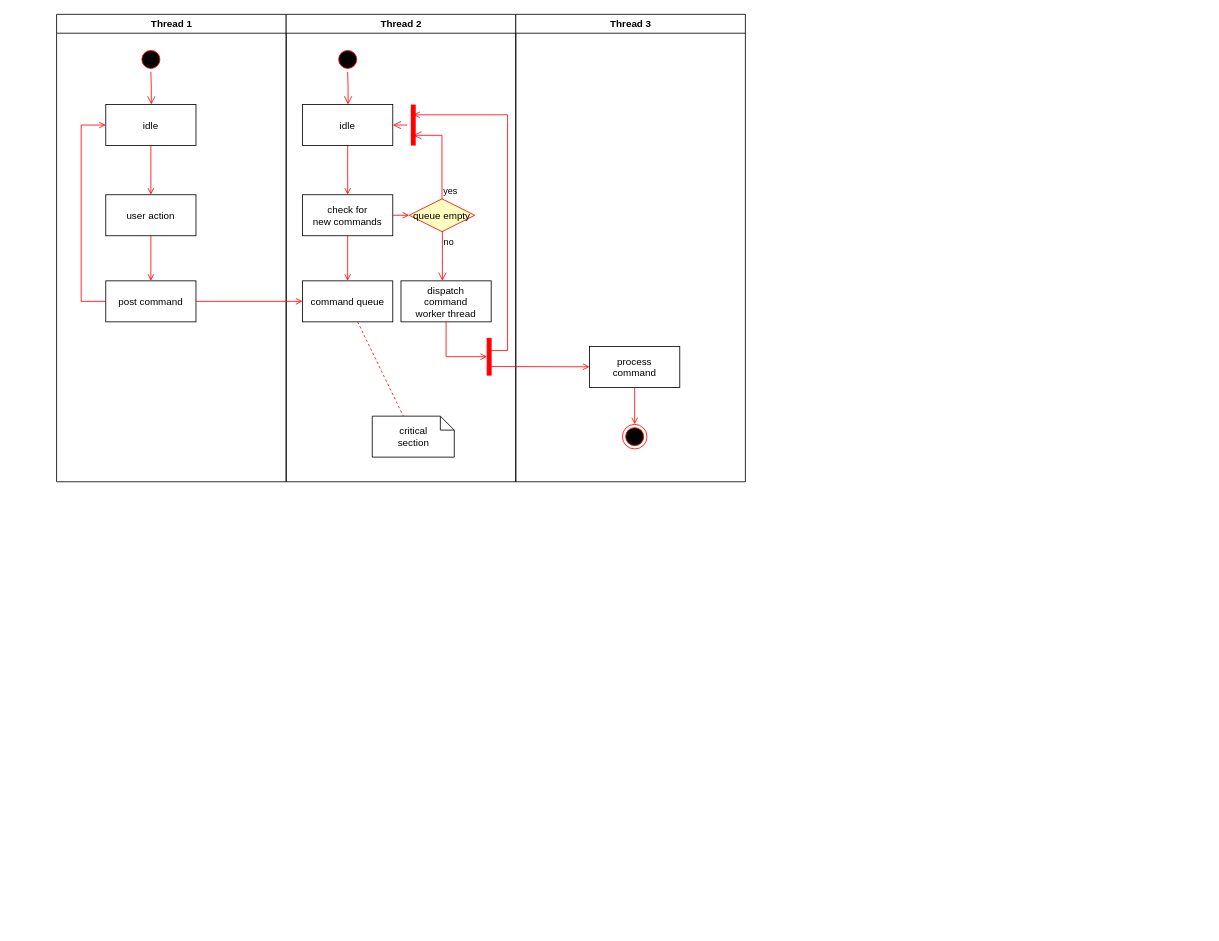
The draw.io diagram Supply chain hub activity diagram.drawio in mukulChandYadav/AgriculturalMarketplaceCrowdfunding, before the edit. Source tidied: cells renumbered, new cells numbered last; positions are measured from the earlier drawing's top-left corner, leaving out a move shared by most shapes. Both pictures are drawn from the tidied source at 82%, with x=0, y=0 at pixel (56, 14).
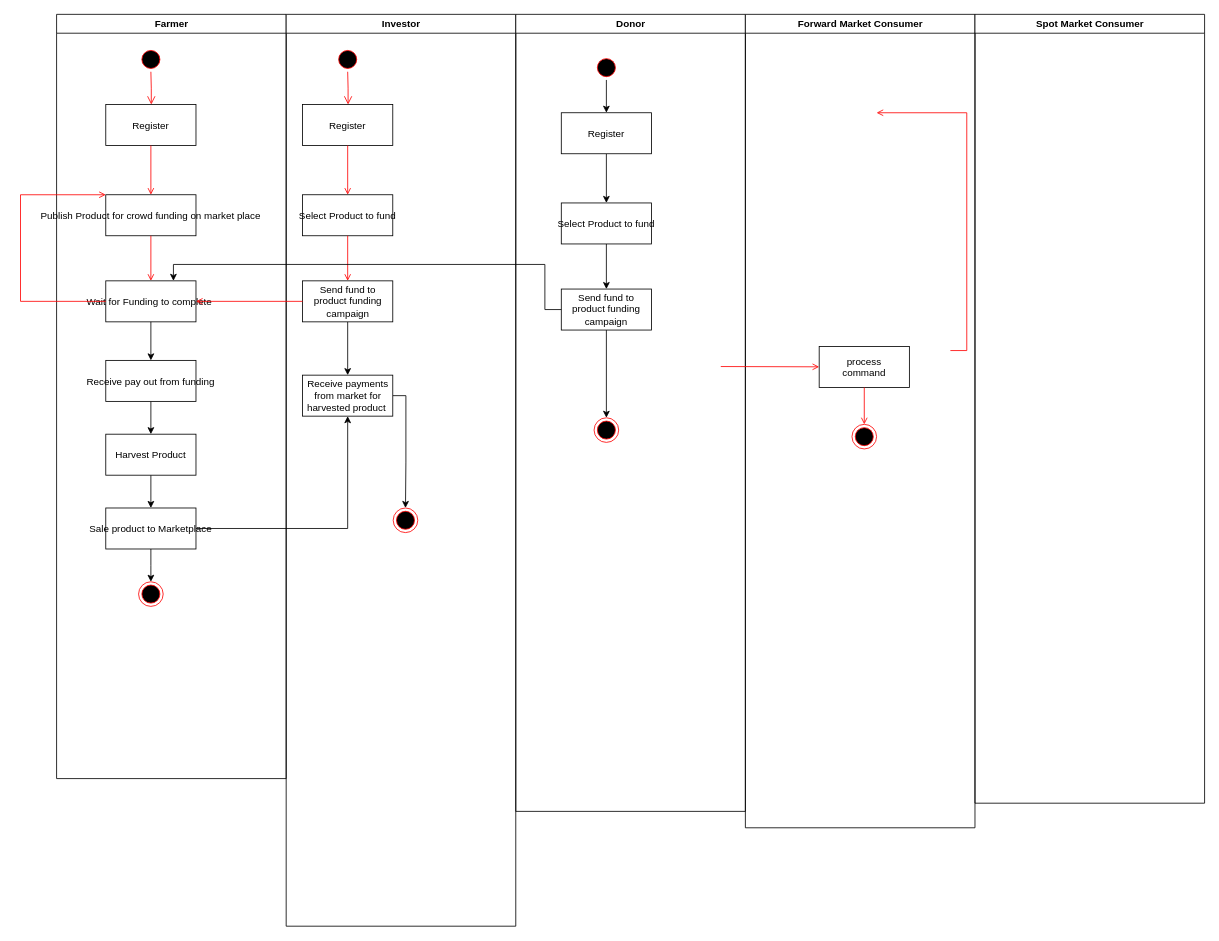
After the change.

What changed in the source:
```diff
@@
-    <mxCell id="2" value="Thread 1" style="swimlane;whiteSpace=wrap;" parent="1" vertex="1">
-      <mxGeometry x="0.5" width="280" height="570" as="geometry" />
+    <mxCell id="2" value="Farmer" style="swimlane;whiteSpace=wrap;" parent="1" vertex="1">
+      <mxGeometry x="0.5" width="280" height="932" as="geometry" />
     </mxCell>
@@
-    <mxCell id="5" value="idle" parent="2" vertex="1">
+    <mxCell id="5" value="Register" parent="2" vertex="1">
       <mxGeometry x="60" y="110" width="110" height="50" as="geometry" />
     </mxCell>
-    <mxCell id="6" value="user action" parent="2" vertex="1">
+    <mxCell id="6" value="Publish Product for crowd funding on market place" parent="2" vertex="1">
       <mxGeometry x="60" y="220" width="110" height="50" as="geometry" />
     </mxCell>
@@
+    <mxCell id="37" style="edgeStyle=orthogonalEdgeStyle;rounded=0;jettySize=auto;html=1;entryX=0.5;entryY=0;entryDx=0;entryDy=0;" parent="2" edge="1" source="42" target="39">
+      <mxGeometry relative="1" as="geometry" />
+    </mxCell>
-    <mxCell id="8" value="post command" parent="2" vertex="1">
+    <mxCell id="8" value="Wait for Funding to complete " parent="2" vertex="1">
       <mxGeometry x="60" y="325" width="110" height="50" as="geometry" />
     </mxCell>
@@
-    <mxCell id="10" style="edgeStyle=elbowEdgeStyle;elbow=horizontal;strokeColor=#FF0000;endArrow=open;endFill=1;rounded=0;" parent="2" edge="1" source="8" target="5">
+    <mxCell id="10" style="edgeStyle=elbowEdgeStyle;elbow=horizontal;strokeColor=#FF0000;endArrow=open;endFill=1;rounded=0;entryX=0;entryY=0;entryDx=0;entryDy=0;" parent="2" edge="1" source="8" target="6">
       <mxGeometry relative="1" as="geometry">
         <Array as="points">
+          <mxPoint x="-44" y="302" />
+          <mxPoint x="-24" y="282" />
           <mxPoint x="30" y="250" />
         </Array>
       </mxGeometry>
     </mxCell>
+    <mxCell id="38" style="edgeStyle=orthogonalEdgeStyle;rounded=0;jettySize=auto;html=1;entryX=0.5;entryY=0;entryDx=0;entryDy=0;" parent="2" edge="1" source="39" target="41">
+      <mxGeometry relative="1" as="geometry" />
+    </mxCell>
+    <mxCell id="39" value="Harvest Product" parent="2" vertex="1">
+      <mxGeometry x="60" y="512" width="110" height="50" as="geometry" />
+    </mxCell>
+    <mxCell id="40" style="edgeStyle=orthogonalEdgeStyle;rounded=0;jettySize=auto;html=1;entryX=0.5;entryY=0;entryDx=0;entryDy=0;" parent="2" edge="1" source="41">
+      <mxGeometry relative="1" as="geometry">
+        <mxPoint x="115" y="692" as="targetPoint" />
+      </mxGeometry>
+    </mxCell>
+    <mxCell id="41" value="Sale product to Marketplace" parent="2" vertex="1">
+      <mxGeometry x="60" y="602" width="110" height="50" as="geometry" />
+    </mxCell>
+    <mxCell id="42" value="Receive pay out from funding" parent="2" vertex="1">
+      <mxGeometry x="60" y="422" width="110" height="50" as="geometry" />
+    </mxCell>
+    <mxCell id="43" style="edgeStyle=orthogonalEdgeStyle;rounded=0;jettySize=auto;html=1;entryX=0.5;entryY=0;entryDx=0;entryDy=0;" parent="2" edge="1" source="8" target="42">
+      <mxGeometry relative="1" as="geometry" />
+    </mxCell>
+    <mxCell id="44" style="ellipse;shape=endState;fillColor=#000000;strokeColor=#ff0000;" parent="2" vertex="1">
+      <mxGeometry x="100" y="692" width="30" height="30" as="geometry" />
+    </mxCell>
-    <mxCell id="11" value="Thread 2" style="swimlane;whiteSpace=wrap;" parent="1" vertex="1">
-      <mxGeometry x="280.5" width="280" height="570" as="geometry" />
+    <mxCell id="11" value="Investor" style="swimlane;whiteSpace=wrap;" parent="1" vertex="1">
+      <mxGeometry x="280.5" width="280" height="1112" as="geometry" />
     </mxCell>
@@
-    <mxCell id="14" value="idle" parent="11" vertex="1">
+    <mxCell id="14" value="Register" parent="11" vertex="1">
       <mxGeometry x="20" y="110" width="110" height="50" as="geometry" />
     </mxCell>
-    <mxCell id="15" value="check for &#10;new commands" parent="11" vertex="1">
+    <mxCell id="15" value="Select Product to fund" parent="11" vertex="1">
       <mxGeometry x="20" y="220" width="110" height="50" as="geometry" />
     </mxCell>
@@
+    <mxCell id="45" style="edgeStyle=orthogonalEdgeStyle;rounded=0;jettySize=auto;html=1;entryX=0.5;entryY=0;entryDx=0;entryDy=0;" parent="11" edge="1" source="17" target="47">
+      <mxGeometry relative="1" as="geometry" />
+    </mxCell>
-    <mxCell id="17" value="command queue" parent="11" vertex="1">
+    <mxCell id="17" value="Send fund to product funding campaign" style="whiteSpace=wrap;" parent="11" vertex="1">
       <mxGeometry x="20" y="325" width="110" height="50" as="geometry" />
     </mxCell>
@@
-    <mxCell id="19" value="queue empty" style="rhombus;fillColor=#ffffc0;strokeColor=#ff0000;" parent="11" vertex="1">
-      <mxGeometry x="150" y="225" width="80" height="40" as="geometry" />
-    </mxCell>
-    <mxCell id="20" value="yes" style="edgeStyle=elbowEdgeStyle;elbow=horizontal;align=left;verticalAlign=bottom;endArrow=open;endSize=8;strokeColor=#FF0000;exitX=0.5;exitY=0;endFill=1;rounded=0;entryX=0.75;entryY=0.5;entryPerimeter=0;" parent="11" edge="1" source="19" target="23">
-      <mxGeometry x="-1" relative="1" as="geometry">
-        <Array as="points">
-          <mxPoint x="190" y="180" />
-        </Array>
-      </mxGeometry>
-    </mxCell>
-    <mxCell id="21" value="no" style="edgeStyle=elbowEdgeStyle;elbow=horizontal;align=left;verticalAlign=top;endArrow=open;endSize=8;strokeColor=#FF0000;endFill=1;rounded=0;" parent="11" edge="1" source="19" target="25">
-      <mxGeometry x="-1" relative="1" as="geometry" />
-    </mxCell>
-    <mxCell id="22" style="endArrow=open;strokeColor=#FF0000;endFill=1;rounded=0;" parent="11" edge="1" source="15" target="19">
-      <mxGeometry relative="1" as="geometry" />
-    </mxCell>
-    <mxCell id="23" style="shape=line;strokeWidth=6;strokeColor=#ff0000;rotation=90;" parent="11" vertex="1">
-      <mxGeometry x="130" y="127.5" width="50" height="15" as="geometry" />
-    </mxCell>
-    <mxCell id="24" style="edgeStyle=elbowEdgeStyle;elbow=horizontal;verticalAlign=bottom;endArrow=open;endSize=8;strokeColor=#FF0000;endFill=1;rounded=0;" parent="11" edge="1" source="23" target="14">
-      <mxGeometry x="130" y="90" as="geometry" />
-    </mxCell>
-    <mxCell id="25" value="dispatch&#10;command&#10;worker thread" parent="11" vertex="1">
-      <mxGeometry x="140" y="325" width="110" height="50" as="geometry" />
-    </mxCell>
-    <mxCell id="26" value="critical&#10;section" style="shape=note;whiteSpace=wrap;size=17;" parent="11" vertex="1">
-      <mxGeometry x="105" y="490" width="100" height="50" as="geometry" />
-    </mxCell>
-    <mxCell id="27" style="endArrow=none;strokeColor=#FF0000;endFill=0;rounded=0;dashed=1;" parent="11" edge="1" source="17" target="26">
-      <mxGeometry relative="1" as="geometry" />
-    </mxCell>
-    <mxCell id="28" style="whiteSpace=wrap;strokeColor=#FF0000;fillColor=#FF0000;" parent="11" vertex="1">
-      <mxGeometry x="245" y="395" width="5" height="45" as="geometry" />
-    </mxCell>
-    <mxCell id="29" style="edgeStyle=elbowEdgeStyle;elbow=horizontal;entryX=0;entryY=0.5;strokeColor=#FF0000;endArrow=open;endFill=1;rounded=0;" parent="11" edge="1" source="25" target="28">
-      <mxGeometry relative="1" as="geometry">
-        <Array as="points">
-          <mxPoint x="195" y="400" />
-        </Array>
-      </mxGeometry>
-    </mxCell>
+    <mxCell id="46" style="edgeStyle=orthogonalEdgeStyle;rounded=0;jettySize=auto;html=1;entryX=0.5;entryY=0;entryDx=0;entryDy=0;" parent="11" edge="1" source="47" target="48">
+      <mxGeometry relative="1" as="geometry">
+        <Array as="points">
+          <mxPoint x="146" y="465" />
+          <mxPoint x="146" y="546" />
+        </Array>
+      </mxGeometry>
+    </mxCell>
+    <mxCell id="47" value="Receive payments from market for harvested product " style="whiteSpace=wrap;" parent="11" vertex="1">
+      <mxGeometry x="20" y="440" width="110" height="50" as="geometry" />
+    </mxCell>
+    <mxCell id="48" style="ellipse;shape=endState;fillColor=#000000;strokeColor=#ff0000;" parent="11" vertex="1">
+      <mxGeometry x="130.5" y="602" width="30" height="30" as="geometry" />
+    </mxCell>
-    <mxCell id="30" value="Thread 3" style="swimlane;whiteSpace=wrap;" parent="1" vertex="1">
-      <mxGeometry x="560.5" width="280" height="570" as="geometry" />
+    <mxCell id="30" value="Donor" style="swimlane;whiteSpace=wrap;" parent="1" vertex="1">
+      <mxGeometry x="560.5" width="280" height="972" as="geometry" />
     </mxCell>
+    <mxCell id="34" style="ellipse;shape=endState;fillColor=#000000;strokeColor=#ff0000;" parent="30" vertex="1">
+      <mxGeometry x="95.5" y="492" width="30" height="30" as="geometry" />
+    </mxCell>
+    <mxCell id="49" style="edgeStyle=orthogonalEdgeStyle;rounded=0;jettySize=auto;html=1;entryX=0.5;entryY=0;entryDx=0;entryDy=0;" parent="30" edge="1" source="50" target="52">
+      <mxGeometry relative="1" as="geometry" />
+    </mxCell>
+    <mxCell id="50" style="ellipse;shape=startState;fillColor=#000000;strokeColor=#ff0000;" parent="30" vertex="1">
+      <mxGeometry x="95.5" y="50" width="30" height="30" as="geometry" />
+    </mxCell>
+    <mxCell id="51" style="edgeStyle=orthogonalEdgeStyle;rounded=0;jettySize=auto;html=1;" parent="30" edge="1" source="52" target="54">
+      <mxGeometry relative="1" as="geometry" />
+    </mxCell>
+    <mxCell id="52" value="Register" parent="30" vertex="1">
+      <mxGeometry x="55.5" y="120" width="110" height="50" as="geometry" />
+    </mxCell>
+    <mxCell id="53" style="edgeStyle=orthogonalEdgeStyle;rounded=0;jettySize=auto;html=1;" parent="30" edge="1" source="54" target="56">
+      <mxGeometry relative="1" as="geometry" />
+    </mxCell>
+    <mxCell id="54" value="Select Product to fund" parent="30" vertex="1">
+      <mxGeometry x="55.5" y="230" width="110" height="50" as="geometry" />
+    </mxCell>
+    <mxCell id="55" style="edgeStyle=orthogonalEdgeStyle;rounded=0;jettySize=auto;html=1;entryX=0.5;entryY=0;entryDx=0;entryDy=0;" parent="30" edge="1" source="56" target="34">
+      <mxGeometry relative="1" as="geometry" />
+    </mxCell>
+    <mxCell id="56" value="Send fund to product funding campaign" style="whiteSpace=wrap;" parent="30" vertex="1">
+      <mxGeometry x="55.5" y="335" width="110" height="50" as="geometry" />
+    </mxCell>
+    <mxCell id="36" style="endArrow=open;strokeColor=#FF0000;endFill=1;rounded=0;entryX=1;entryY=0.5;entryDx=0;entryDy=0;exitX=0;exitY=0.5;exitDx=0;exitDy=0;" parent="1" edge="1" source="17" target="8">
+      <mxGeometry relative="1" as="geometry" />
+    </mxCell>
+    <mxCell id="57" value="Forward Market Consumer" style="swimlane;whiteSpace=wrap;" parent="1" vertex="1">
+      <mxGeometry x="840.5" width="280" height="992" as="geometry" />
+    </mxCell>
-    <mxCell id="31" value="process&#10;command" parent="30" vertex="1">
+    <mxCell id="31" value="process&#10;command" parent="57" vertex="1">
       <mxGeometry x="90" y="405" width="110" height="50" as="geometry" />
     </mxCell>
-    <mxCell id="32" style="edgeStyle=elbowEdgeStyle;elbow=horizontal;strokeColor=#FF0000;endArrow=open;endFill=1;rounded=0;entryX=0.25;entryY=0.5;entryPerimeter=0;" parent="30" edge="1" target="23">
-      <mxGeometry relative="1" as="geometry">
-        <mxPoint x="-30" y="410" as="sourcePoint" />
-        <Array as="points">
-          <mxPoint x="-10" y="135" />
-        </Array>
-      </mxGeometry>
-    </mxCell>
-    <mxCell id="33" style="edgeStyle=none;strokeColor=#FF0000;endArrow=open;endFill=1;rounded=0;" parent="30" edge="1" target="31">
-      <mxGeometry relative="1" as="geometry">
-        <mxPoint x="-30" y="429.5" as="sourcePoint" />
-      </mxGeometry>
-    </mxCell>
-    <mxCell id="34" style="ellipse;shape=endState;fillColor=#000000;strokeColor=#ff0000;" parent="30" vertex="1">
-      <mxGeometry x="130" y="500" width="30" height="30" as="geometry" />
-    </mxCell>
-    <mxCell id="35" style="endArrow=open;strokeColor=#FF0000;endFill=1;rounded=0;" parent="30" edge="1" source="31" target="34">
-      <mxGeometry relative="1" as="geometry" />
-    </mxCell>
-    <mxCell id="36" style="endArrow=open;strokeColor=#FF0000;endFill=1;rounded=0;" parent="1" edge="1" source="8" target="17">
-      <mxGeometry relative="1" as="geometry" />
-    </mxCell>
+    <mxCell id="58" style="edgeStyle=none;strokeColor=#FF0000;endArrow=open;endFill=1;rounded=0;" parent="57" edge="1" target="31">
+      <mxGeometry relative="1" as="geometry">
+        <mxPoint x="-30" y="429.5" as="sourcePoint" />
+      </mxGeometry>
+    </mxCell>
+    <mxCell id="59" style="ellipse;shape=endState;fillColor=#000000;strokeColor=#ff0000;" parent="57" vertex="1">
+      <mxGeometry x="130" y="500" width="30" height="30" as="geometry" />
+    </mxCell>
+    <mxCell id="60" style="endArrow=open;strokeColor=#FF0000;endFill=1;rounded=0;" parent="57" edge="1" source="31" target="59">
+      <mxGeometry relative="1" as="geometry" />
+    </mxCell>
+    <mxCell id="61" value="Spot Market Consumer" style="swimlane;whiteSpace=wrap;" parent="1" vertex="1">
+      <mxGeometry x="1120.5" width="280" height="962" as="geometry" />
+    </mxCell>
+    <mxCell id="62" style="edgeStyle=elbowEdgeStyle;elbow=horizontal;strokeColor=#FF0000;endArrow=open;endFill=1;rounded=0;entryX=0.25;entryY=0.5;entryPerimeter=0;" parent="61" edge="1">
+      <mxGeometry relative="1" as="geometry">
+        <mxPoint x="-30" y="410" as="sourcePoint" />
+        <mxPoint x="-120" y="120" as="targetPoint" />
+        <Array as="points">
+          <mxPoint x="-10" y="135" />
+        </Array>
+      </mxGeometry>
+    </mxCell>
+    <mxCell id="63" style="edgeStyle=orthogonalEdgeStyle;rounded=0;jettySize=auto;html=1;" parent="1" edge="1" source="41" target="47">
+      <mxGeometry relative="1" as="geometry" />
+    </mxCell>
+    <mxCell id="64" style="edgeStyle=orthogonalEdgeStyle;rounded=0;jettySize=auto;html=1;entryX=0.75;entryY=0;entryDx=0;entryDy=0;exitX=0;exitY=0.5;exitDx=0;exitDy=0;" parent="1" edge="1" source="56" target="8">
+      <mxGeometry relative="1" as="geometry">
+        <Array as="points">
+          <mxPoint x="596" y="360" />
+          <mxPoint x="596" y="305" />
+          <mxPoint x="143" y="305" />
+        </Array>
+      </mxGeometry>
+    </mxCell>
```
